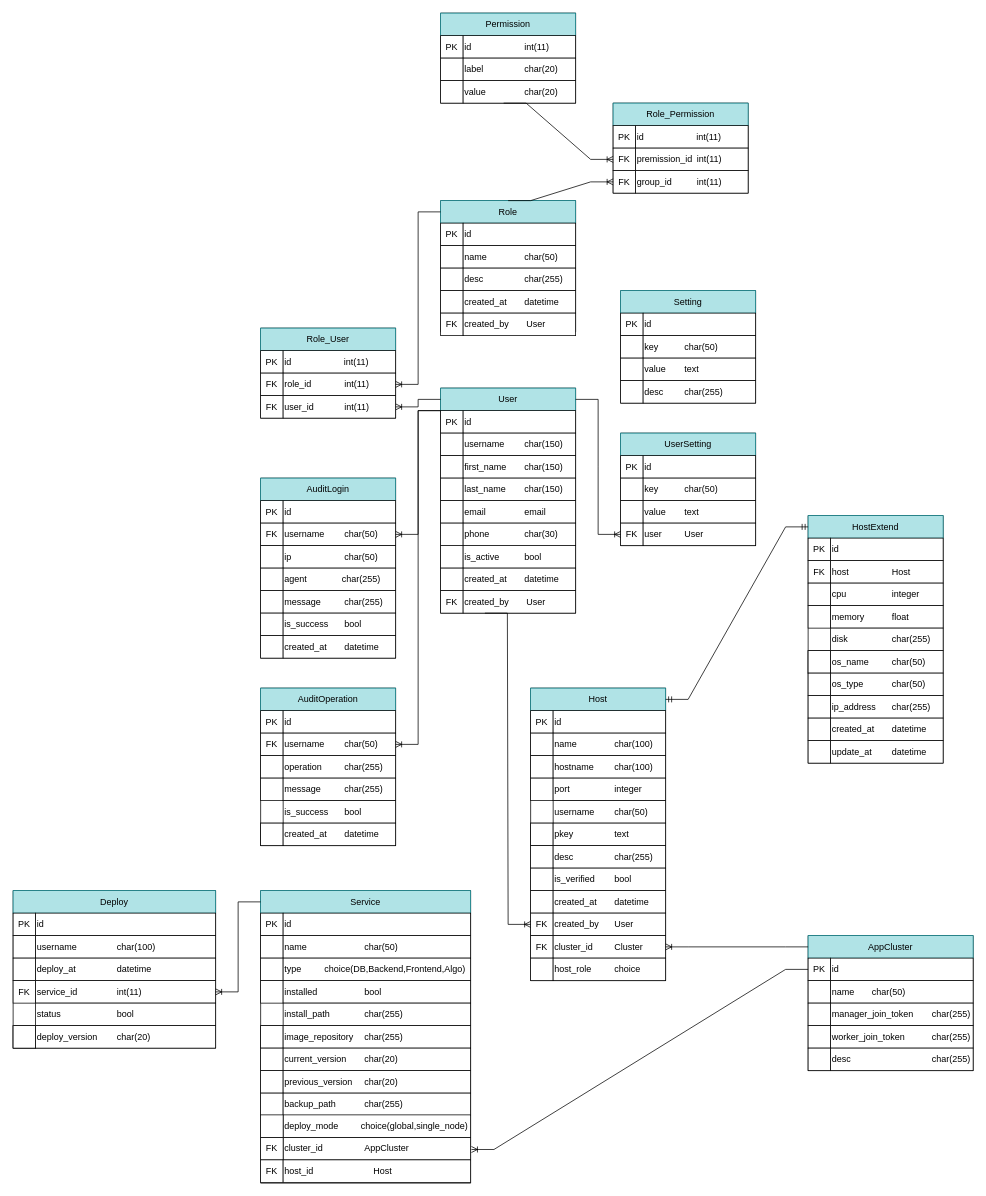
Before: 思创运维平台数据库设计.drawio in yihezhou/diagrams, a draw.io diagram. Source tidied: cells renumbered, new cells numbered last; positions are measured from the earlier drawing's top-left corner, leaving out a move shared by most shapes. Both pictures are drawn from the tidied source at 75%, with x=0, y=0 at pixel (13, 13).
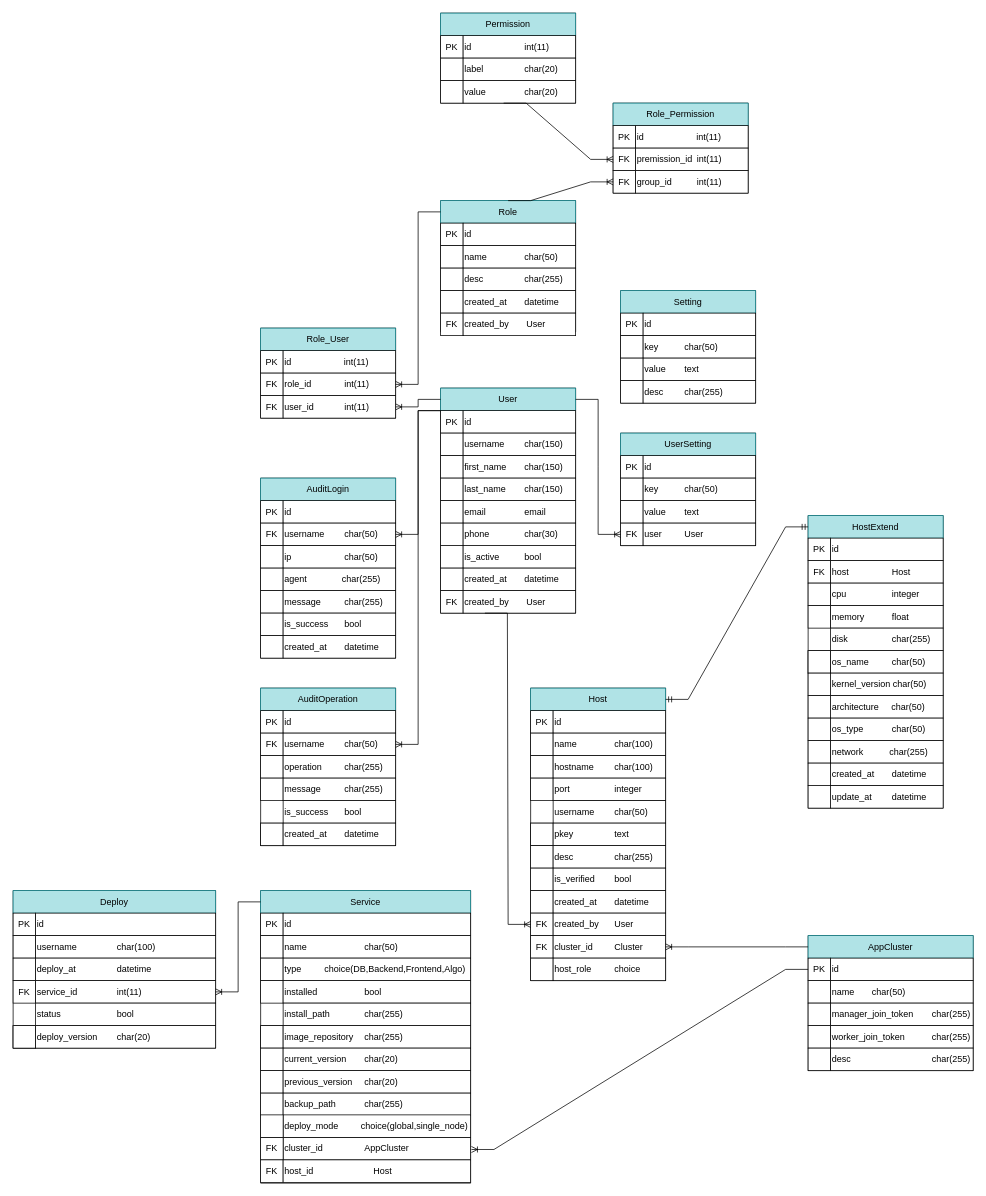
The same page after the edit.

Commit message:
更新思创运维平台数据库设计.drawio

What changed in the source:
```diff
@@
     <mxCell id="140" style="swimlane;startSize=0;" parent="1" vertex="1">
-      <mxGeometry x="1060" y="670" width="180" height="330" as="geometry" />
+      <mxGeometry x="1060" y="670" width="180" height="390" as="geometry" />
     </mxCell>
@@
+    <mxCell id="220" value="kernel_version char(50)" style="rounded=0;whiteSpace=wrap;html=1;align=left;" parent="140" vertex="1">
+      <mxGeometry x="30" y="210" width="150" height="30" as="geometry" />
+    </mxCell>
+    <mxCell id="221" style="rounded=0;whiteSpace=wrap;html=1;" parent="140" vertex="1">
+      <mxGeometry y="210" width="30" height="30" as="geometry" />
+    </mxCell>
+    <mxCell id="222" value="architecture&amp;nbsp; &amp;nbsp; &amp;nbsp;char(50)" style="rounded=0;whiteSpace=wrap;html=1;align=left;" parent="140" vertex="1">
+      <mxGeometry x="30" y="240" width="150" height="30" as="geometry" />
+    </mxCell>
+    <mxCell id="223" style="rounded=0;whiteSpace=wrap;html=1;" parent="140" vertex="1">
+      <mxGeometry y="240" width="30" height="30" as="geometry" />
+    </mxCell>
+    <mxCell id="155" value="os_type&lt;span style=&quot;white-space: pre;&quot;&gt;&#9;&lt;/span&gt;&lt;span style=&quot;white-space: pre;&quot;&gt;&#9;&lt;/span&gt;char(50)" style="rounded=0;whiteSpace=wrap;html=1;align=left;" parent="140" vertex="1">
+      <mxGeometry x="30" y="270" width="150" height="30" as="geometry" />
+    </mxCell>
     <mxCell id="154" style="rounded=0;whiteSpace=wrap;html=1;" parent="140" vertex="1">
-      <mxGeometry y="210" width="30" height="30" as="geometry" />
+      <mxGeometry y="270" width="30" height="30" as="geometry" />
     </mxCell>
-    <mxCell id="155" value="os_type&lt;span style=&quot;white-space: pre;&quot;&gt;&#9;&lt;/span&gt;&lt;span style=&quot;white-space: pre;&quot;&gt;&#9;&lt;/span&gt;char(50)" style="rounded=0;whiteSpace=wrap;html=1;align=left;" parent="140" vertex="1">
-      <mxGeometry x="30" y="210" width="150" height="30" as="geometry" />
-    </mxCell>
     <mxCell id="156" style="rounded=0;whiteSpace=wrap;html=1;" parent="140" vertex="1">
-      <mxGeometry y="240" width="30" height="30" as="geometry" />
+      <mxGeometry y="300" width="30" height="30" as="geometry" />
     </mxCell>
-    <mxCell id="157" value="ip_address&lt;span style=&quot;white-space: pre;&quot;&gt;&#9;&lt;/span&gt;char(255)" style="rounded=0;whiteSpace=wrap;html=1;align=left;" parent="140" vertex="1">
-      <mxGeometry x="30" y="240" width="150" height="30" as="geometry" />
+    <mxCell id="157" value="network&amp;nbsp;&amp;nbsp;&lt;span style=&quot;white-space: pre;&quot;&gt;&#9;&lt;/span&gt;&amp;nbsp; &amp;nbsp; &amp;nbsp; &amp;nbsp;char(255)" style="rounded=0;whiteSpace=wrap;html=1;align=left;" parent="140" vertex="1">
+      <mxGeometry x="30" y="300" width="150" height="30" as="geometry" />
     </mxCell>
+    <mxCell id="159" value="created_at&lt;span style=&quot;white-space: pre;&quot;&gt;&#9;&lt;/span&gt;datetime" style="rounded=0;whiteSpace=wrap;html=1;align=left;" parent="140" vertex="1">
+      <mxGeometry x="30" y="330" width="150" height="30" as="geometry" />
+    </mxCell>
+    <mxCell id="161" value="update_at&lt;span style=&quot;white-space: pre;&quot;&gt;&#9;&lt;/span&gt;datetime" style="rounded=0;whiteSpace=wrap;html=1;align=left;" parent="140" vertex="1">
+      <mxGeometry x="30" y="360" width="150" height="30" as="geometry" />
+    </mxCell>
+    <mxCell id="160" style="rounded=0;whiteSpace=wrap;html=1;" parent="140" vertex="1">
+      <mxGeometry y="360" width="30" height="30" as="geometry" />
+    </mxCell>
     <mxCell id="158" style="rounded=0;whiteSpace=wrap;html=1;" parent="140" vertex="1">
-      <mxGeometry y="270" width="30" height="30" as="geometry" />
+      <mxGeometry y="330" width="30" height="30" as="geometry" />
     </mxCell>
-    <mxCell id="159" value="created_at&lt;span style=&quot;white-space: pre;&quot;&gt;&#9;&lt;/span&gt;datetime" style="rounded=0;whiteSpace=wrap;html=1;align=left;" parent="140" vertex="1">
-      <mxGeometry x="30" y="270" width="150" height="30" as="geometry" />
-    </mxCell>
-    <mxCell id="160" style="rounded=0;whiteSpace=wrap;html=1;" parent="140" vertex="1">
-      <mxGeometry y="300" width="30" height="30" as="geometry" />
-    </mxCell>
-    <mxCell id="161" value="update_at&lt;span style=&quot;white-space: pre;&quot;&gt;&#9;&lt;/span&gt;datetime" style="rounded=0;whiteSpace=wrap;html=1;align=left;" parent="140" vertex="1">
-      <mxGeometry x="30" y="300" width="150" height="30" as="geometry" />
-    </mxCell>
```
